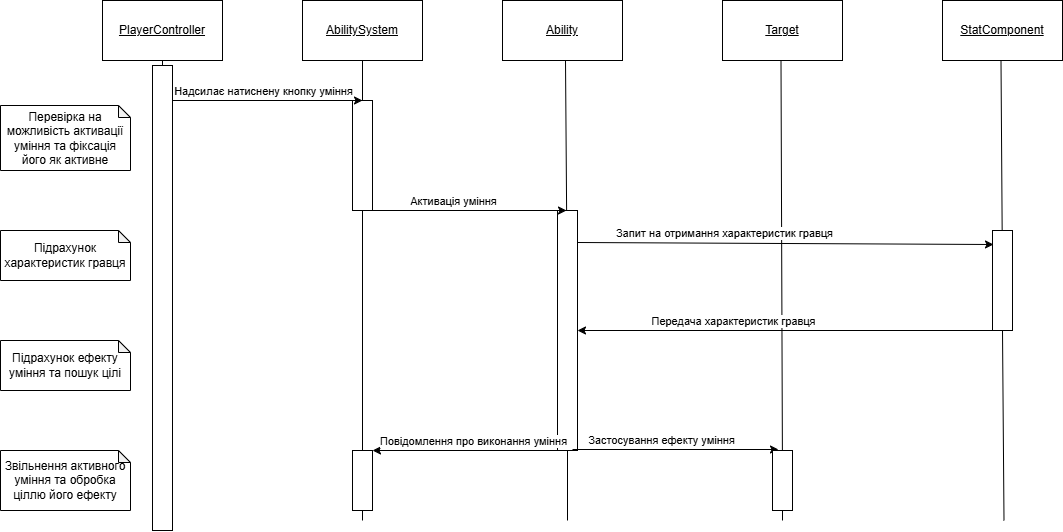
The draw.io diagram lab3/sequence.drawio.png in ShyriaievDaniil/TRPZ, before a commit. Source tidied: cells renumbered, new cells last; positions are measured from the earlier drawing's top-left corner, leaving out a move shared by most shapes. Source of this version:
```xml
<mxGraphModel>
  <root>
    <mxCell id="0" />
    <mxCell id="1" parent="0" />
    <mxCell id="2" value="&lt;u&gt;AbilitySystem&lt;/u&gt;" style="rounded=0;whiteSpace=wrap;html=1;" parent="1" vertex="1">
      <mxGeometry x="302" width="120" height="60" as="geometry" />
    </mxCell>
    <mxCell id="3" value="&lt;u&gt;Ability&lt;/u&gt;" style="rounded=0;whiteSpace=wrap;html=1;" parent="1" vertex="1">
      <mxGeometry x="502" width="120" height="60" as="geometry" />
    </mxCell>
    <mxCell id="4" value="&lt;u&gt;Target&lt;/u&gt;" style="rounded=0;whiteSpace=wrap;html=1;" parent="1" vertex="1">
      <mxGeometry x="722" width="120" height="60" as="geometry" />
    </mxCell>
    <mxCell id="5" value="&lt;u&gt;StatComponent&lt;/u&gt;" style="rounded=0;whiteSpace=wrap;html=1;" parent="1" vertex="1">
      <mxGeometry x="942" width="120" height="60" as="geometry" />
    </mxCell>
    <mxCell id="6" style="endArrow=none;html=1;rounded=0;entryX=0.5;entryY=1;entryDx=0;entryDy=0;" parent="1" edge="1" source="35" target="2">
      <mxGeometry relative="1" as="geometry" />
    </mxCell>
    <mxCell id="7" style="endArrow=none;html=1;rounded=0;entryX=0.5;entryY=1;entryDx=0;entryDy=0;" parent="1" edge="1" source="17">
      <mxGeometry relative="1" as="geometry">
        <mxPoint x="565" y="60" as="targetPoint" />
      </mxGeometry>
    </mxCell>
    <mxCell id="8" style="endArrow=none;html=1;rounded=0;entryX=0.5;entryY=1;entryDx=0;entryDy=0;" parent="1" edge="1" source="33">
      <mxGeometry relative="1" as="geometry">
        <mxPoint x="780.5" y="60" as="targetPoint" />
      </mxGeometry>
    </mxCell>
    <mxCell id="9" style="endArrow=none;html=1;rounded=0;entryX=0.5;entryY=1;entryDx=0;entryDy=0;" parent="1" edge="1" source="23">
      <mxGeometry relative="1" as="geometry">
        <mxPoint x="1000.5" y="60" as="targetPoint" />
      </mxGeometry>
    </mxCell>
    <mxCell id="10" value="&lt;u&gt;PlayerController&lt;/u&gt;" style="rounded=0;whiteSpace=wrap;html=1;" parent="1" vertex="1">
      <mxGeometry x="102" width="120" height="60" as="geometry" />
    </mxCell>
    <mxCell id="11" style="endArrow=none;html=1;rounded=0;entryX=0.5;entryY=1;entryDx=0;entryDy=0;" parent="1" edge="1" source="38" target="10">
      <mxGeometry relative="1" as="geometry" />
    </mxCell>
    <mxCell id="12" style="rounded=0;whiteSpace=wrap;html=1;" parent="1" vertex="1">
      <mxGeometry x="352" y="100" width="20" height="110" as="geometry" />
    </mxCell>
    <mxCell id="13" style="endArrow=classic;html=1;rounded=0;entryX=0.5;entryY=0;entryDx=0;entryDy=0;" parent="1" edge="1" target="12">
      <mxGeometry relative="1" as="geometry">
        <mxPoint x="162" y="100" as="sourcePoint" />
      </mxGeometry>
    </mxCell>
    <mxCell id="14" value="Надсилає натиснену кнопку уміння" style="edgeLabel;html=1;align=center;verticalAlign=middle;" parent="13" vertex="1">
      <mxGeometry x="-0.13" relative="1" as="geometry">
        <mxPoint x="13" y="-10" as="offset" />
      </mxGeometry>
    </mxCell>
    <mxCell id="15" value="Перевірка на можливість активації уміння та фіксація його як активне" style="shape=note;whiteSpace=wrap;html=1;backgroundOutline=1;darkOpacity=0.05;size=12;" parent="1" vertex="1">
      <mxGeometry y="105" width="130" height="65" as="geometry" />
    </mxCell>
    <mxCell id="16" style="endArrow=none;html=1;rounded=0;entryX=0.5;entryY=1;entryDx=0;entryDy=0;" parent="1" edge="1" target="17">
      <mxGeometry relative="1" as="geometry">
        <mxPoint x="567" y="520" as="sourcePoint" />
      </mxGeometry>
    </mxCell>
    <mxCell id="17" style="rounded=0;whiteSpace=wrap;html=1;" parent="1" vertex="1">
      <mxGeometry x="557" y="210" width="20" height="240" as="geometry" />
    </mxCell>
    <mxCell id="18" style="endArrow=classic;html=1;rounded=0;entryX=0.5;entryY=0;entryDx=0;entryDy=0;" parent="1" edge="1">
      <mxGeometry relative="1" as="geometry">
        <mxPoint x="366" y="210" as="sourcePoint" />
        <mxPoint x="566" y="210" as="targetPoint" />
      </mxGeometry>
    </mxCell>
    <mxCell id="19" value="Активація уміння" style="edgeLabel;html=1;align=center;verticalAlign=middle;" parent="18" vertex="1">
      <mxGeometry x="-0.44" y="4" relative="1" as="geometry">
        <mxPoint x="30" y="-6" as="offset" />
      </mxGeometry>
    </mxCell>
    <mxCell id="20" style="endArrow=classic;html=1;rounded=0;exitX=0.5;exitY=1;exitDx=0;exitDy=0;" parent="1" edge="1" source="23" target="17">
      <mxGeometry relative="1" as="geometry" />
    </mxCell>
    <mxCell id="21" value="Передача характеристик гравця" style="edgeLabel;html=1;align=center;verticalAlign=middle;" parent="20" vertex="1">
      <mxGeometry x="-0.44" y="4" relative="1" as="geometry">
        <mxPoint x="-151" y="-14" as="offset" />
      </mxGeometry>
    </mxCell>
    <mxCell id="22" style="endArrow=none;html=1;rounded=0;entryX=0.5;entryY=1;entryDx=0;entryDy=0;" parent="1" edge="1" target="23">
      <mxGeometry relative="1" as="geometry">
        <mxPoint x="1003.5" y="520" as="sourcePoint" />
      </mxGeometry>
    </mxCell>
    <mxCell id="23" style="rounded=0;whiteSpace=wrap;html=1;" parent="1" vertex="1">
      <mxGeometry x="992" y="230" width="20" height="100" as="geometry" />
    </mxCell>
    <mxCell id="24" style="endArrow=classic;html=1;rounded=0;" parent="1" edge="1">
      <mxGeometry relative="1" as="geometry">
        <mxPoint x="577" y="242" as="sourcePoint" />
        <mxPoint x="993" y="244" as="targetPoint" />
      </mxGeometry>
    </mxCell>
    <mxCell id="25" value="Запит на отримання характеристик гравця" style="edgeLabel;html=1;align=center;verticalAlign=middle;" parent="24" vertex="1">
      <mxGeometry x="-0.44" y="4" relative="1" as="geometry">
        <mxPoint x="30" y="-6" as="offset" />
      </mxGeometry>
    </mxCell>
    <mxCell id="26" value="Підрахунок характеристик гравця" style="shape=note;whiteSpace=wrap;html=1;backgroundOutline=1;darkOpacity=0.05;size=12;" parent="1" vertex="1">
      <mxGeometry y="230" width="130" height="50" as="geometry" />
    </mxCell>
    <mxCell id="27" value="Підрахунок ефекту уміння та пошук цілі" style="shape=note;whiteSpace=wrap;html=1;backgroundOutline=1;darkOpacity=0.05;size=12;" parent="1" vertex="1">
      <mxGeometry y="340" width="130" height="50" as="geometry" />
    </mxCell>
    <mxCell id="28" style="endArrow=classic;html=1;rounded=0;" parent="1" edge="1">
      <mxGeometry relative="1" as="geometry">
        <mxPoint x="572" y="449" as="sourcePoint" />
        <mxPoint x="778" y="449" as="targetPoint" />
      </mxGeometry>
    </mxCell>
    <mxCell id="29" value="Застосування ефекту уміння" style="edgeLabel;html=1;align=center;verticalAlign=middle;" parent="28" vertex="1">
      <mxGeometry x="-0.44" y="4" relative="1" as="geometry">
        <mxPoint x="30" y="-6" as="offset" />
      </mxGeometry>
    </mxCell>
    <mxCell id="30" style="endArrow=classic;html=1;rounded=0;entryX=0.5;entryY=0;entryDx=0;entryDy=0;" parent="1" edge="1">
      <mxGeometry relative="1" as="geometry">
        <mxPoint x="572" y="450" as="sourcePoint" />
        <mxPoint x="372" y="450" as="targetPoint" />
      </mxGeometry>
    </mxCell>
    <mxCell id="31" value="Повідомлення про виконання уміння" style="edgeLabel;html=1;align=center;verticalAlign=middle;" parent="30" vertex="1">
      <mxGeometry x="-0.44" y="4" relative="1" as="geometry">
        <mxPoint x="-44" y="-14" as="offset" />
      </mxGeometry>
    </mxCell>
    <mxCell id="32" style="endArrow=none;html=1;rounded=0;entryX=0.5;entryY=1;entryDx=0;entryDy=0;" parent="1" edge="1" target="33">
      <mxGeometry relative="1" as="geometry">
        <mxPoint x="782" y="520" as="sourcePoint" />
      </mxGeometry>
    </mxCell>
    <mxCell id="33" style="rounded=0;whiteSpace=wrap;html=1;" parent="1" vertex="1">
      <mxGeometry x="772" y="450" width="20" height="60" as="geometry" />
    </mxCell>
    <mxCell id="34" style="endArrow=none;html=1;rounded=0;entryX=0.5;entryY=1;entryDx=0;entryDy=0;" parent="1" edge="1" target="35">
      <mxGeometry relative="1" as="geometry">
        <mxPoint x="362" y="520" as="sourcePoint" />
      </mxGeometry>
    </mxCell>
    <mxCell id="35" style="rounded=0;whiteSpace=wrap;html=1;" parent="1" vertex="1">
      <mxGeometry x="352" y="450" width="20" height="60" as="geometry" />
    </mxCell>
    <mxCell id="36" value="Звільнення активного уміння та обробка ціллю його ефекту" style="shape=note;whiteSpace=wrap;html=1;backgroundOutline=1;darkOpacity=0.05;size=12;" parent="1" vertex="1">
      <mxGeometry y="450" width="130" height="60" as="geometry" />
    </mxCell>
    <mxCell id="37" style="endArrow=none;html=1;rounded=0;entryX=0.5;entryY=1;entryDx=0;entryDy=0;" parent="1" edge="1" target="38">
      <mxGeometry relative="1" as="geometry">
        <mxPoint x="165" y="520" as="sourcePoint" />
      </mxGeometry>
    </mxCell>
    <mxCell id="38" style="rounded=0;whiteSpace=wrap;html=1;" parent="1" vertex="1">
      <mxGeometry x="152" y="65" width="20" height="465" as="geometry" />
    </mxCell>
  </root>
</mxGraphModel>
```
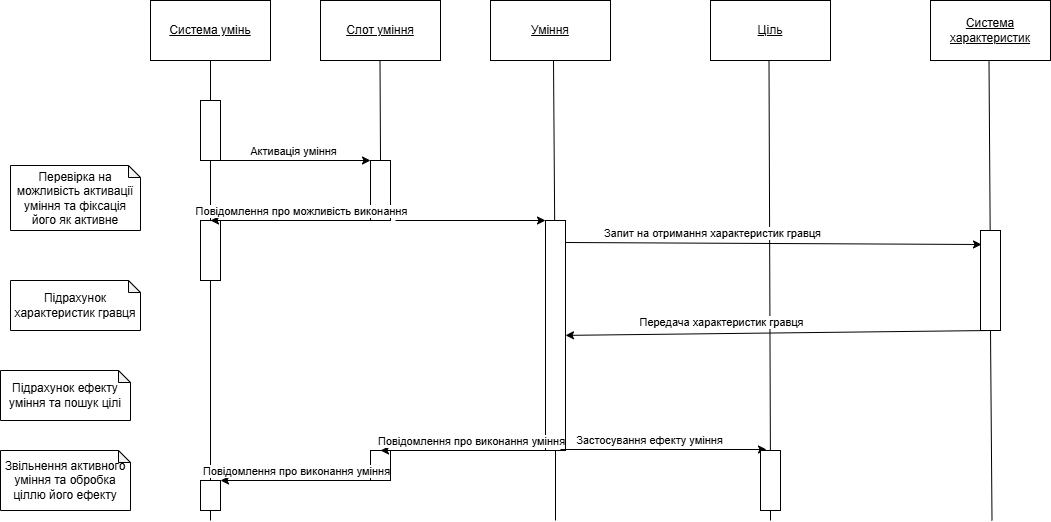
After the commit.

What changed in the source:
```diff
@@ -2,70 +2,62 @@
   <root>
     <mxCell id="0" />
     <mxCell id="1" parent="0" />
+    <mxCell id="39" style="rounded=0;whiteSpace=wrap;html=1;" parent="1" vertex="1">
+      <mxGeometry x="2" y="220" width="20" height="60" as="geometry" />
+    </mxCell>
+    <mxCell id="35" style="rounded=0;whiteSpace=wrap;html=1;" parent="1" vertex="1">
+      <mxGeometry x="2" y="480" width="20" height="30" as="geometry" />
+    </mxCell>
+    <mxCell id="40" style="rounded=0;whiteSpace=wrap;html=1;" parent="1" vertex="1">
+      <mxGeometry x="172" y="450" width="20" height="30" as="geometry" />
+    </mxCell>
-    <mxCell id="2" value="&lt;u&gt;AbilitySystem&lt;/u&gt;" style="rounded=0;whiteSpace=wrap;html=1;" parent="1" vertex="1">
-      <mxGeometry x="302" width="120" height="60" as="geometry" />
+    <mxCell id="2" value="&lt;u&gt;Система умінь&lt;/u&gt;" style="rounded=0;whiteSpace=wrap;html=1;" parent="1" vertex="1">
+      <mxGeometry x="-48" width="120" height="60" as="geometry" />
     </mxCell>
-    <mxCell id="3" value="&lt;u&gt;Ability&lt;/u&gt;" style="rounded=0;whiteSpace=wrap;html=1;" parent="1" vertex="1">
-      <mxGeometry x="502" width="120" height="60" as="geometry" />
+    <mxCell id="3" value="&lt;u&gt;Уміння&lt;/u&gt;" style="rounded=0;whiteSpace=wrap;html=1;" parent="1" vertex="1">
+      <mxGeometry x="292" width="120" height="60" as="geometry" />
     </mxCell>
-    <mxCell id="4" value="&lt;u&gt;Target&lt;/u&gt;" style="rounded=0;whiteSpace=wrap;html=1;" parent="1" vertex="1">
-      <mxGeometry x="722" width="120" height="60" as="geometry" />
+    <mxCell id="4" value="&lt;u&gt;Ціль&lt;/u&gt;" style="rounded=0;whiteSpace=wrap;html=1;" parent="1" vertex="1">
+      <mxGeometry x="512" width="120" height="60" as="geometry" />
     </mxCell>
-    <mxCell id="5" value="&lt;u&gt;StatComponent&lt;/u&gt;" style="rounded=0;whiteSpace=wrap;html=1;" parent="1" vertex="1">
-      <mxGeometry x="942" width="120" height="60" as="geometry" />
+    <mxCell id="5" value="&lt;u&gt;Система характеристик&lt;/u&gt;" style="rounded=0;whiteSpace=wrap;html=1;" parent="1" vertex="1">
+      <mxGeometry x="732" width="120" height="60" as="geometry" />
     </mxCell>
-    <mxCell id="6" style="endArrow=none;html=1;rounded=0;entryX=0.5;entryY=1;entryDx=0;entryDy=0;" parent="1" edge="1" source="35" target="2">
+    <mxCell id="6" style="endArrow=none;html=1;rounded=0;entryX=0.5;entryY=1;entryDx=0;entryDy=0;" parent="1" edge="1" source="39" target="2">
       <mxGeometry relative="1" as="geometry" />
     </mxCell>
     <mxCell id="7" style="endArrow=none;html=1;rounded=0;entryX=0.5;entryY=1;entryDx=0;entryDy=0;" parent="1" edge="1" source="17">
       <mxGeometry relative="1" as="geometry">
-        <mxPoint x="565" y="60" as="targetPoint" />
+        <mxPoint x="355" y="60" as="targetPoint" />
       </mxGeometry>
     </mxCell>
     <mxCell id="8" style="endArrow=none;html=1;rounded=0;entryX=0.5;entryY=1;entryDx=0;entryDy=0;" parent="1" edge="1" source="33">
       <mxGeometry relative="1" as="geometry">
-        <mxPoint x="780.5" y="60" as="targetPoint" />
+        <mxPoint x="570.5" y="60" as="targetPoint" />
       </mxGeometry>
     </mxCell>
     <mxCell id="9" style="endArrow=none;html=1;rounded=0;entryX=0.5;entryY=1;entryDx=0;entryDy=0;" parent="1" edge="1" source="23">
       <mxGeometry relative="1" as="geometry">
-        <mxPoint x="1000.5" y="60" as="targetPoint" />
+        <mxPoint x="790.5" y="60" as="targetPoint" />
       </mxGeometry>
     </mxCell>
-    <mxCell id="10" value="&lt;u&gt;PlayerController&lt;/u&gt;" style="rounded=0;whiteSpace=wrap;html=1;" parent="1" vertex="1">
-      <mxGeometry x="102" width="120" height="60" as="geometry" />
-    </mxCell>
-    <mxCell id="11" style="endArrow=none;html=1;rounded=0;entryX=0.5;entryY=1;entryDx=0;entryDy=0;" parent="1" edge="1" source="38" target="10">
-      <mxGeometry relative="1" as="geometry" />
-    </mxCell>
     <mxCell id="12" style="rounded=0;whiteSpace=wrap;html=1;" parent="1" vertex="1">
-      <mxGeometry x="352" y="100" width="20" height="110" as="geometry" />
+      <mxGeometry x="2" y="100" width="20" height="60" as="geometry" />
     </mxCell>
-    <mxCell id="13" style="endArrow=classic;html=1;rounded=0;entryX=0.5;entryY=0;entryDx=0;entryDy=0;" parent="1" edge="1" target="12">
-      <mxGeometry relative="1" as="geometry">
-        <mxPoint x="162" y="100" as="sourcePoint" />
-      </mxGeometry>
-    </mxCell>
-    <mxCell id="14" value="Надсилає натиснену кнопку уміння" style="edgeLabel;html=1;align=center;verticalAlign=middle;" parent="13" vertex="1">
-      <mxGeometry x="-0.13" relative="1" as="geometry">
-        <mxPoint x="13" y="-10" as="offset" />
-      </mxGeometry>
-    </mxCell>
     <mxCell id="15" value="Перевірка на можливість активації уміння та фіксація його як активне" style="shape=note;whiteSpace=wrap;html=1;backgroundOutline=1;darkOpacity=0.05;size=12;" parent="1" vertex="1">
-      <mxGeometry y="105" width="130" height="65" as="geometry" />
+      <mxGeometry x="-188" y="165" width="130" height="65" as="geometry" />
     </mxCell>
     <mxCell id="16" style="endArrow=none;html=1;rounded=0;entryX=0.5;entryY=1;entryDx=0;entryDy=0;" parent="1" edge="1" target="17">
       <mxGeometry relative="1" as="geometry">
-        <mxPoint x="567" y="520" as="sourcePoint" />
+        <mxPoint x="357" y="520" as="sourcePoint" />
       </mxGeometry>
     </mxCell>
     <mxCell id="17" style="rounded=0;whiteSpace=wrap;html=1;" parent="1" vertex="1">
-      <mxGeometry x="557" y="210" width="20" height="240" as="geometry" />
+      <mxGeometry x="347" y="220" width="20" height="230" as="geometry" />
     </mxCell>
-    <mxCell id="18" style="endArrow=classic;html=1;rounded=0;entryX=0.5;entryY=0;entryDx=0;entryDy=0;" parent="1" edge="1">
+    <mxCell id="18" style="endArrow=classic;html=1;rounded=0;entryX=0;entryY=0;entryDx=0;entryDy=0;" parent="1" edge="1" target="42">
       <mxGeometry relative="1" as="geometry">
-        <mxPoint x="366" y="210" as="sourcePoint" />
-        <mxPoint x="566" y="210" as="targetPoint" />
+        <mxPoint x="22" y="160" as="sourcePoint" />
       </mxGeometry>
     </mxCell>
     <mxCell id="19" value="Активація уміння" style="edgeLabel;html=1;align=center;verticalAlign=middle;" parent="18" vertex="1">
@@ -83,16 +75,16 @@
     </mxCell>
     <mxCell id="22" style="endArrow=none;html=1;rounded=0;entryX=0.5;entryY=1;entryDx=0;entryDy=0;" parent="1" edge="1" target="23">
       <mxGeometry relative="1" as="geometry">
-        <mxPoint x="1003.5" y="520" as="sourcePoint" />
+        <mxPoint x="793.5" y="520" as="sourcePoint" />
       </mxGeometry>
     </mxCell>
     <mxCell id="23" style="rounded=0;whiteSpace=wrap;html=1;" parent="1" vertex="1">
-      <mxGeometry x="992" y="230" width="20" height="100" as="geometry" />
+      <mxGeometry x="782" y="230" width="20" height="100" as="geometry" />
     </mxCell>
     <mxCell id="24" style="endArrow=classic;html=1;rounded=0;" parent="1" edge="1">
       <mxGeometry relative="1" as="geometry">
-        <mxPoint x="577" y="242" as="sourcePoint" />
-        <mxPoint x="993" y="244" as="targetPoint" />
+        <mxPoint x="367" y="242" as="sourcePoint" />
+        <mxPoint x="783" y="244" as="targetPoint" />
       </mxGeometry>
     </mxCell>
     <mxCell id="25" value="Запит на отримання характеристик гравця" style="edgeLabel;html=1;align=center;verticalAlign=middle;" parent="24" vertex="1">
@@ -101,15 +93,15 @@
       </mxGeometry>
     </mxCell>
     <mxCell id="26" value="Підрахунок характеристик гравця" style="shape=note;whiteSpace=wrap;html=1;backgroundOutline=1;darkOpacity=0.05;size=12;" parent="1" vertex="1">
-      <mxGeometry y="230" width="130" height="50" as="geometry" />
+      <mxGeometry x="-188" y="280" width="130" height="50" as="geometry" />
     </mxCell>
     <mxCell id="27" value="Підрахунок ефекту уміння та пошук цілі" style="shape=note;whiteSpace=wrap;html=1;backgroundOutline=1;darkOpacity=0.05;size=12;" parent="1" vertex="1">
-      <mxGeometry y="340" width="130" height="50" as="geometry" />
+      <mxGeometry x="-198" y="370" width="130" height="50" as="geometry" />
     </mxCell>
     <mxCell id="28" style="endArrow=classic;html=1;rounded=0;" parent="1" edge="1">
       <mxGeometry relative="1" as="geometry">
-        <mxPoint x="572" y="449" as="sourcePoint" />
-        <mxPoint x="778" y="449" as="targetPoint" />
+        <mxPoint x="362" y="449" as="sourcePoint" />
+        <mxPoint x="568" y="449" as="targetPoint" />
       </mxGeometry>
     </mxCell>
     <mxCell id="29" value="Застосування ефекту уміння" style="edgeLabel;html=1;align=center;verticalAlign=middle;" parent="28" vertex="1">
@@ -117,43 +109,74 @@
         <mxPoint x="30" y="-6" as="offset" />
       </mxGeometry>
     </mxCell>
-    <mxCell id="30" style="endArrow=classic;html=1;rounded=0;entryX=0.5;entryY=0;entryDx=0;entryDy=0;" parent="1" edge="1">
+    <mxCell id="30" style="endArrow=classic;html=1;rounded=0;" parent="1" edge="1">
       <mxGeometry relative="1" as="geometry">
-        <mxPoint x="572" y="450" as="sourcePoint" />
-        <mxPoint x="372" y="450" as="targetPoint" />
+        <mxPoint x="347" y="450" as="sourcePoint" />
+        <mxPoint x="182" y="450" as="targetPoint" />
       </mxGeometry>
     </mxCell>
     <mxCell id="31" value="Повідомлення про виконання уміння" style="edgeLabel;html=1;align=center;verticalAlign=middle;" parent="30" vertex="1">
       <mxGeometry x="-0.44" y="4" relative="1" as="geometry">
-        <mxPoint x="-44" y="-14" as="offset" />
+        <mxPoint x="-29" y="-14" as="offset" />
       </mxGeometry>
     </mxCell>
     <mxCell id="32" style="endArrow=none;html=1;rounded=0;entryX=0.5;entryY=1;entryDx=0;entryDy=0;" parent="1" edge="1" target="33">
       <mxGeometry relative="1" as="geometry">
-        <mxPoint x="782" y="520" as="sourcePoint" />
+        <mxPoint x="572" y="520" as="sourcePoint" />
       </mxGeometry>
     </mxCell>
     <mxCell id="33" style="rounded=0;whiteSpace=wrap;html=1;" parent="1" vertex="1">
-      <mxGeometry x="772" y="450" width="20" height="60" as="geometry" />
+      <mxGeometry x="562" y="450" width="20" height="60" as="geometry" />
     </mxCell>
     <mxCell id="34" style="endArrow=none;html=1;rounded=0;entryX=0.5;entryY=1;entryDx=0;entryDy=0;" parent="1" edge="1" target="35">
       <mxGeometry relative="1" as="geometry">
-        <mxPoint x="362" y="520" as="sourcePoint" />
+        <mxPoint x="12" y="520" as="sourcePoint" />
       </mxGeometry>
     </mxCell>
-    <mxCell id="35" style="rounded=0;whiteSpace=wrap;html=1;" parent="1" vertex="1">
-      <mxGeometry x="352" y="450" width="20" height="60" as="geometry" />
-    </mxCell>
     <mxCell id="36" value="Звільнення активного уміння та обробка ціллю його ефекту" style="shape=note;whiteSpace=wrap;html=1;backgroundOutline=1;darkOpacity=0.05;size=12;" parent="1" vertex="1">
-      <mxGeometry y="450" width="130" height="60" as="geometry" />
+      <mxGeometry x="-198" y="450" width="130" height="60" as="geometry" />
     </mxCell>
-    <mxCell id="37" style="endArrow=none;html=1;rounded=0;entryX=0.5;entryY=1;entryDx=0;entryDy=0;" parent="1" edge="1" target="38">
-      <mxGeometry relative="1" as="geometry">
-        <mxPoint x="165" y="520" as="sourcePoint" />
-      </mxGeometry>
-    </mxCell>
-    <mxCell id="38" style="rounded=0;whiteSpace=wrap;html=1;" parent="1" vertex="1">
-      <mxGeometry x="152" y="65" width="20" height="465" as="geometry" />
-    </mxCell>
+    <mxCell id="41" value="&lt;u&gt;Слот уміння&lt;/u&gt;" style="rounded=0;whiteSpace=wrap;html=1;" parent="1" vertex="1">
+      <mxGeometry x="122" width="120" height="60" as="geometry" />
+    </mxCell>
+    <mxCell id="42" style="rounded=0;whiteSpace=wrap;html=1;" parent="1" vertex="1">
+      <mxGeometry x="172" y="160" width="20" height="60" as="geometry" />
+    </mxCell>
+    <mxCell id="43" style="endArrow=classic;html=1;rounded=0;entryX=0;entryY=0;entryDx=0;entryDy=0;" parent="1" edge="1">
+      <mxGeometry relative="1" as="geometry">
+        <mxPoint x="197" y="220" as="sourcePoint" />
+        <mxPoint x="347" y="220" as="targetPoint" />
+      </mxGeometry>
+    </mxCell>
+    <mxCell id="44" style="endArrow=classic;html=1;rounded=0;exitX=0;exitY=1;exitDx=0;exitDy=0;" parent="1" edge="1" source="42">
+      <mxGeometry relative="1" as="geometry">
+        <mxPoint x="12" y="220" as="targetPoint" />
+      </mxGeometry>
+    </mxCell>
+    <mxCell id="45" value="Повідомлення про можливість виконання" style="edgeLabel;html=1;align=center;verticalAlign=middle;" parent="44" vertex="1">
+      <mxGeometry x="-0.44" y="4" relative="1" as="geometry">
+        <mxPoint x="-25" y="-14" as="offset" />
+      </mxGeometry>
+    </mxCell>
+    <mxCell id="46" style="endArrow=none;html=1;rounded=0;entryX=0.5;entryY=1;entryDx=0;entryDy=0;" parent="1" edge="1" source="35" target="39">
+      <mxGeometry relative="1" as="geometry" />
+    </mxCell>
+    <mxCell id="47" style="endArrow=none;html=1;rounded=0;entryX=0.5;entryY=1;entryDx=0;entryDy=0;" parent="1" edge="1">
+      <mxGeometry relative="1" as="geometry">
+        <mxPoint x="182" y="160" as="sourcePoint" />
+        <mxPoint x="181.5" y="60" as="targetPoint" />
+      </mxGeometry>
+    </mxCell>
+    <mxCell id="48" style="endArrow=classic;html=1;rounded=0;" parent="1" edge="1">
+      <mxGeometry relative="1" as="geometry">
+        <mxPoint x="187" y="480" as="sourcePoint" />
+        <mxPoint x="22" y="480" as="targetPoint" />
+      </mxGeometry>
+    </mxCell>
+    <mxCell id="49" value="Повідомлення про виконання уміння" style="edgeLabel;html=1;align=center;verticalAlign=middle;" parent="48" vertex="1">
+      <mxGeometry x="-0.44" y="4" relative="1" as="geometry">
+        <mxPoint x="-44" y="-14" as="offset" />
+      </mxGeometry>
+    </mxCell>
   </root>
 </mxGraphModel>
```
